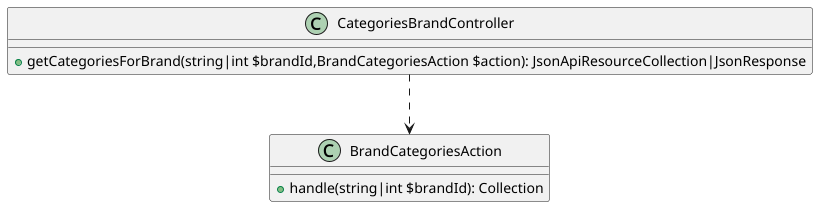
Before: docs/uml/modules/category/categories_brands_feature/categories_brands.png, a diagram exported from PlantUML (BackLoveEnd/Expelliarmus-Market).
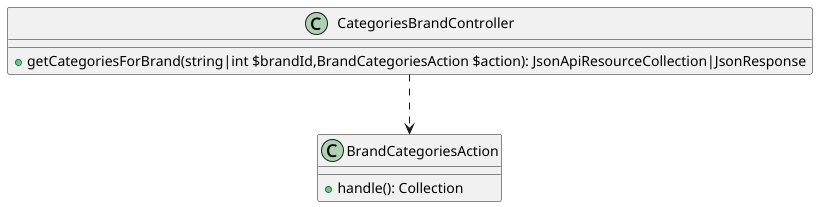
Later version of the same file.

The edit, as a diff of the source:
```diff
@@ -4,7 +4,7 @@
 }
 
 class BrandCategoriesAction {
-    + handle(string|int $brandId): Collection
+    + handle(): Collection
 }
 
 CategoriesBrandController ..> BrandCategoriesAction
```
